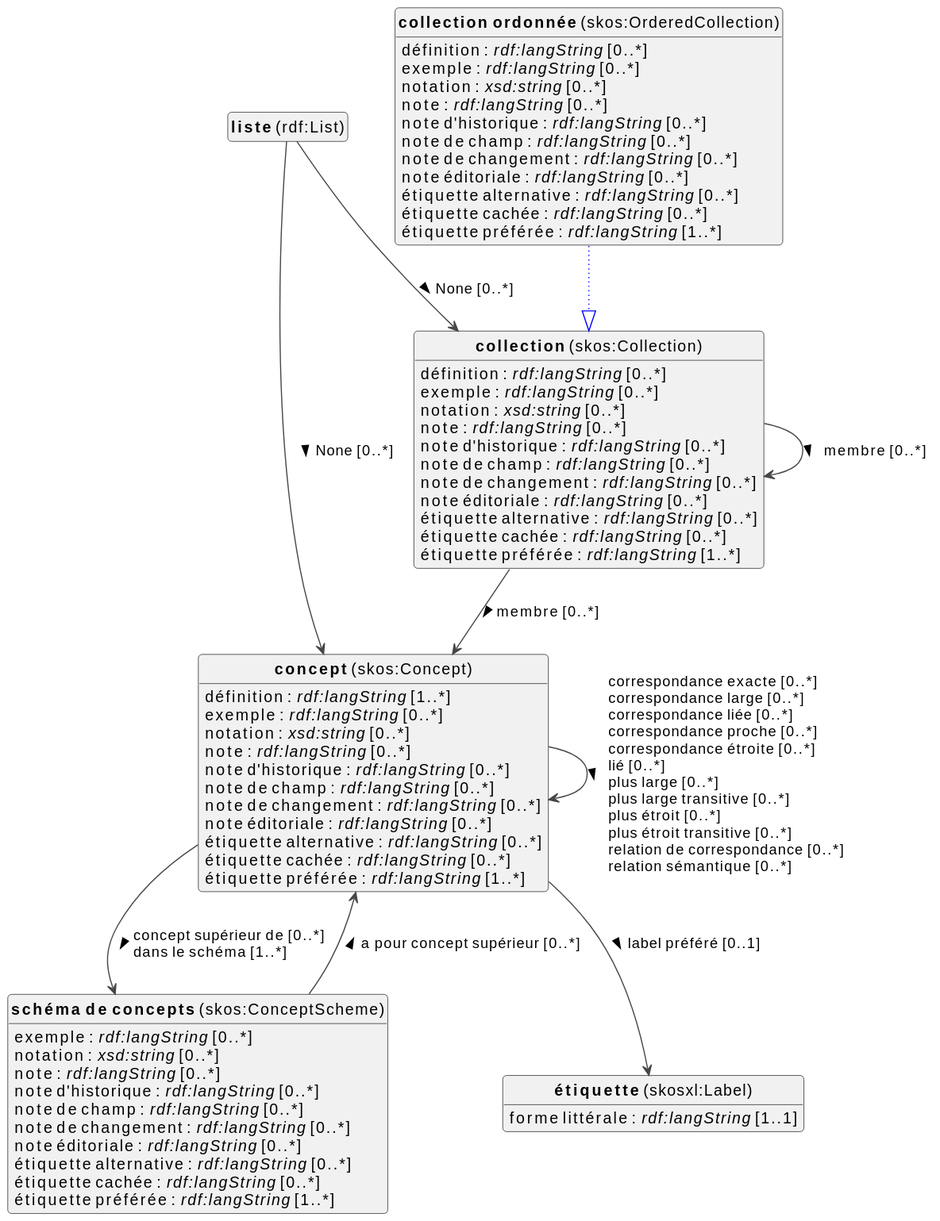
Before: docs/metadata/knowledge-graph/0.0.1/terms/fr/terms-diagram.svg, a diagram exported from PlantUML (viaacode/documentation-jekyll).
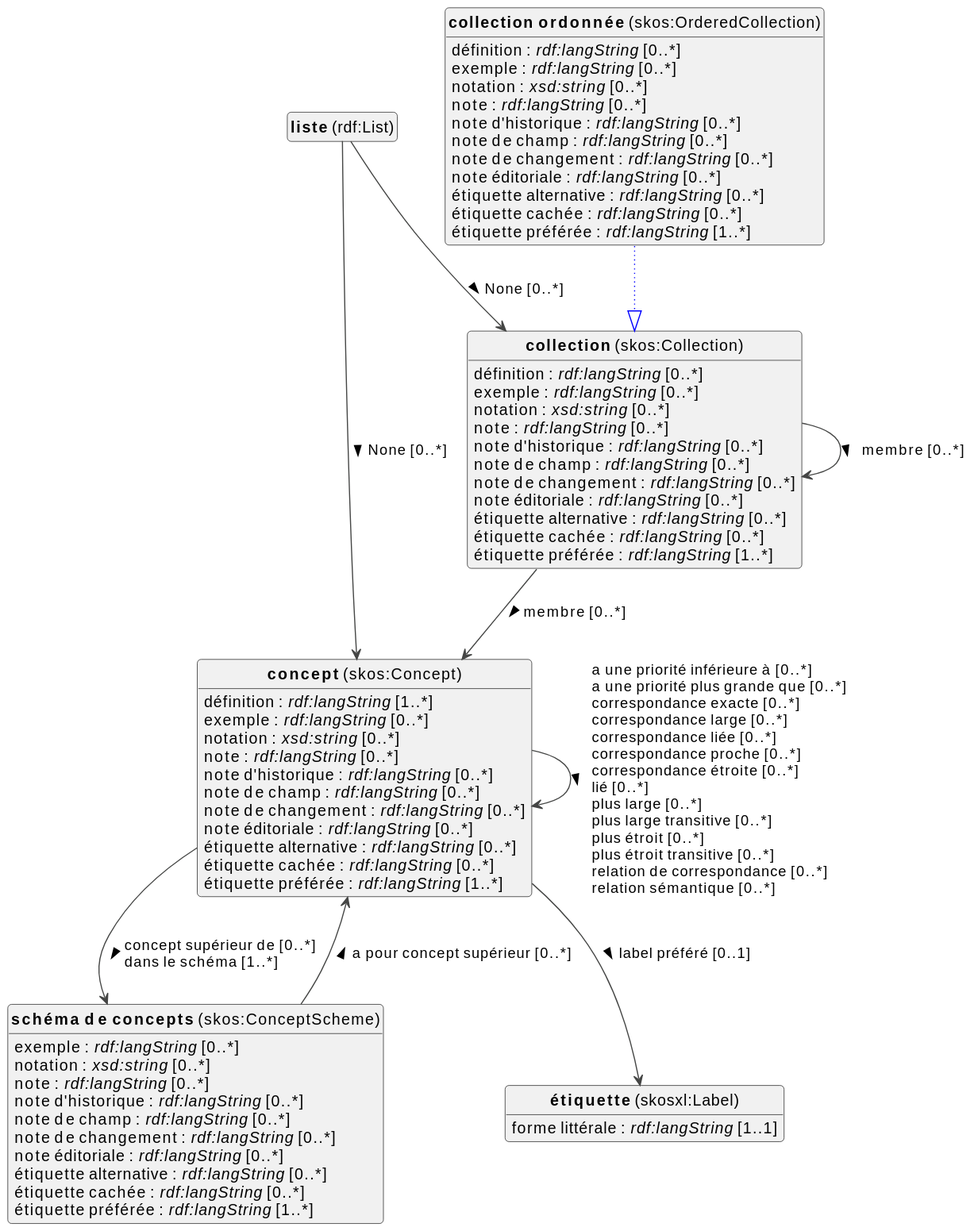
The same diagram one commit later.

Diff of the diagram source:
```diff
@@ -64,7 +64,7 @@
 skos_Concept : étiquette cachée : <i>rdf:langString</i> [0..*]
 skos_Concept : étiquette préférée : <i>rdf:langString</i> [1..*]
 
-skos_Concept --> skos_Concept :correspondance exacte [0..*]  \lcorrespondance large [0..*]  \lcorrespondance liée [0..*]  \lcorrespondance proche [0..*]  \lcorrespondance étroite [0..*]  \llié [0..*]  \lplus large [0..*]  \lplus large transitive [0..*]  \lplus étroit [0..*]  \lplus étroit transitive [0..*]  \lrelation de correspondance [0..*]  \lrelation sémantique [0..*]  >
+skos_Concept --> skos_Concept :a une priorité inférieure à [0..*]  \la une priorité plus grande que [0..*]  \lcorrespondance exacte [0..*]  \lcorrespondance large [0..*]  \lcorrespondance liée [0..*]  \lcorrespondance proche [0..*]  \lcorrespondance étroite [0..*]  \llié [0..*]  \lplus large [0..*]  \lplus large transitive [0..*]  \lplus étroit [0..*]  \lplus étroit transitive [0..*]  \lrelation de correspondance [0..*]  \lrelation sémantique [0..*]  >
 skos_Concept --> skos_ConceptScheme :concept supérieur de [0..*]  \ldans le schéma [1..*]  >
 skos_Concept --> skosxl_Label :label préféré [0..1]  >
 
```
